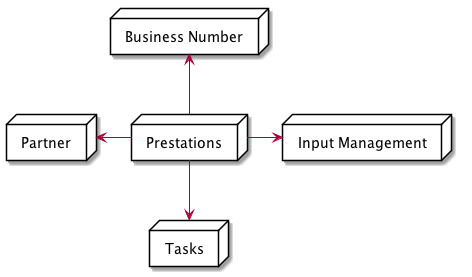
Earlier version of the PlantUML export doc/images/systems.png (fxleloup/microservice-sandbox).
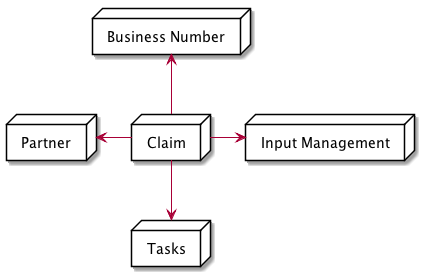
Later version of the same file.

What changed in the source:
```diff
@@ -9,7 +9,7 @@
 }
 node "Business Number" as bn
 node "Partner" as pdv
-node "Prestations" as main
+node "Claim" as main
 node "Tasks" as tasks
 node "Input Management" as im
 
```
